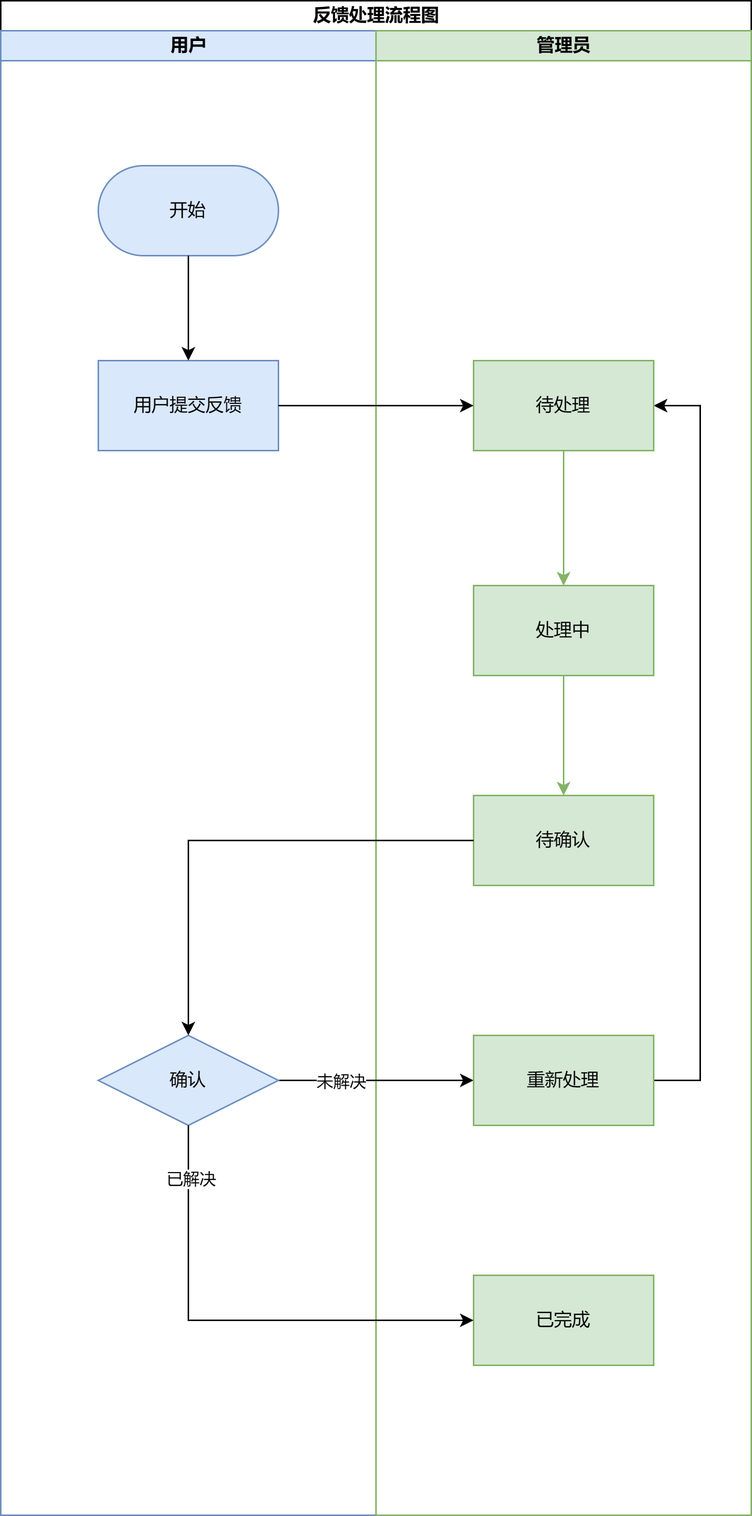
Above: squirrel-feedback/松鼠反馈模块业务流程图.png in lIouis/draw.io (draw.io), before the change. Source tidied: cells renumbered, new cells last; positions are measured from the earlier drawing's top-left corner, leaving out a move shared by most shapes. Its diagram source:
```xml
<mxGraphModel>
  <root>
    <mxCell id="0" />
    <mxCell id="1" parent="0" />
    <mxCell id="2" value="反馈处理流程图" style="swimlane;startSize=20;html=1;" parent="1" vertex="1">
      <mxGeometry width="500" height="1010" as="geometry" />
    </mxCell>
    <mxCell id="3" value="用户" style="swimlane;startSize=20;html=1;fillColor=#dae8fc;strokeColor=#6c8ebf;" parent="2" vertex="1">
      <mxGeometry y="20" width="250" height="990" as="geometry" />
    </mxCell>
    <mxCell id="4" value="开始" style="rounded=1;whiteSpace=wrap;html=1;arcSize=50;flipV=0;flipH=1;fillColor=#dae8fc;strokeColor=#6c8ebf;" parent="3" vertex="1">
      <mxGeometry x="65" y="90" width="120" height="60" as="geometry" />
    </mxCell>
    <mxCell id="5" value="管理员" style="swimlane;startSize=20;html=1;fillColor=#d5e8d4;strokeColor=#82b366;" parent="2" vertex="1">
      <mxGeometry x="250" y="20" width="250" height="990" as="geometry" />
    </mxCell>
    <mxCell id="6" style="edgeStyle=orthogonalEdgeStyle;rounded=0;jettySize=auto;html=1;fillColor=#d5e8d4;strokeColor=#82b366;" parent="5" edge="1" source="20" target="8">
      <mxGeometry relative="1" as="geometry" />
    </mxCell>
    <mxCell id="7" style="edgeStyle=orthogonalEdgeStyle;rounded=0;jettySize=auto;html=1;fillColor=#d5e8d4;strokeColor=#82b366;" parent="5" edge="1" source="8" target="9">
      <mxGeometry relative="1" as="geometry" />
    </mxCell>
    <mxCell id="8" value="处理中" style="whiteSpace=wrap;html=1;rounded=0;flipV=0;flipH=1;fillColor=#d5e8d4;strokeColor=#82b366;" parent="5" vertex="1">
      <mxGeometry x="65" y="370" width="120" height="60" as="geometry" />
    </mxCell>
    <mxCell id="9" value="待确认" style="whiteSpace=wrap;html=1;rounded=0;flipV=0;flipH=1;fillColor=#d5e8d4;strokeColor=#82b366;" parent="5" vertex="1">
      <mxGeometry x="65" y="510" width="120" height="60" as="geometry" />
    </mxCell>
    <mxCell id="10" value="已完成" style="rounded=0;whiteSpace=wrap;html=1;flipV=0;flipH=1;fillColor=#d5e8d4;strokeColor=#82b366;" parent="5" vertex="1">
      <mxGeometry x="65" y="830" width="120" height="60" as="geometry" />
    </mxCell>
    <mxCell id="11" style="edgeStyle=orthogonalEdgeStyle;rounded=0;jettySize=auto;html=1;" parent="5" edge="1" source="13" target="17">
      <mxGeometry relative="1" as="geometry" />
    </mxCell>
    <mxCell id="12" value="未解决" style="edgeLabel;html=1;align=center;verticalAlign=middle;" parent="11" vertex="1">
      <mxGeometry x="-0.27" y="1" relative="1" as="geometry">
        <mxPoint x="-7" y="1" as="offset" />
      </mxGeometry>
    </mxCell>
    <mxCell id="13" value="确认" style="whiteSpace=wrap;html=1;rounded=0;shape=rhombus;perimeter=rhombusPerimeter;flipV=0;flipH=1;fillColor=#dae8fc;strokeColor=#6c8ebf;" parent="5" vertex="1">
      <mxGeometry x="-185" y="670" width="120" height="60" as="geometry" />
    </mxCell>
    <mxCell id="14" style="edgeStyle=orthogonalEdgeStyle;rounded=0;jettySize=auto;html=1;exitX=0.5;exitY=1;exitDx=0;exitDy=0;entryX=0;entryY=0.5;entryDx=0;entryDy=0;" parent="5" edge="1" source="13" target="10">
      <mxGeometry relative="1" as="geometry" />
    </mxCell>
    <mxCell id="15" value="已解决" style="edgeLabel;html=1;align=center;verticalAlign=middle;" parent="14" vertex="1">
      <mxGeometry x="-0.78" y="1" relative="1" as="geometry" />
    </mxCell>
    <mxCell id="16" style="edgeStyle=orthogonalEdgeStyle;rounded=0;jettySize=auto;html=1;exitX=1;exitY=0.5;exitDx=0;exitDy=0;entryX=1;entryY=0.5;entryDx=0;entryDy=0;" parent="5" edge="1" source="17" target="20">
      <mxGeometry relative="1" as="geometry">
        <Array as="points">
          <mxPoint x="216" y="700" />
          <mxPoint x="216" y="250" />
        </Array>
      </mxGeometry>
    </mxCell>
    <mxCell id="17" value="重新处理" style="rounded=0;whiteSpace=wrap;html=1;flipV=0;flipH=1;fillColor=#d5e8d4;strokeColor=#82b366;" parent="5" vertex="1">
      <mxGeometry x="65" y="670" width="120" height="60" as="geometry" />
    </mxCell>
    <mxCell id="18" style="edgeStyle=orthogonalEdgeStyle;rounded=0;jettySize=auto;html=1;" parent="5" edge="1" source="9" target="13">
      <mxGeometry relative="1" as="geometry" />
    </mxCell>
    <mxCell id="19" value="用户提交反馈" style="rounded=0;whiteSpace=wrap;html=1;flipV=0;flipH=1;fillColor=#dae8fc;strokeColor=#6c8ebf;" parent="5" vertex="1">
      <mxGeometry x="-185" y="220" width="120" height="60" as="geometry" />
    </mxCell>
    <mxCell id="20" value="待处理" style="rounded=0;whiteSpace=wrap;html=1;flipV=0;flipH=1;fillColor=#d5e8d4;strokeColor=#82b366;" parent="5" vertex="1">
      <mxGeometry x="65" y="220" width="120" height="60" as="geometry" />
    </mxCell>
    <mxCell id="21" style="edgeStyle=orthogonalEdgeStyle;rounded=0;jettySize=auto;html=1;" parent="5" edge="1" source="19" target="20">
      <mxGeometry relative="1" as="geometry" />
    </mxCell>
    <mxCell id="22" style="edgeStyle=orthogonalEdgeStyle;rounded=0;jettySize=auto;html=1;" parent="2" edge="1" source="4" target="19">
      <mxGeometry relative="1" as="geometry" />
    </mxCell>
  </root>
</mxGraphModel>
```
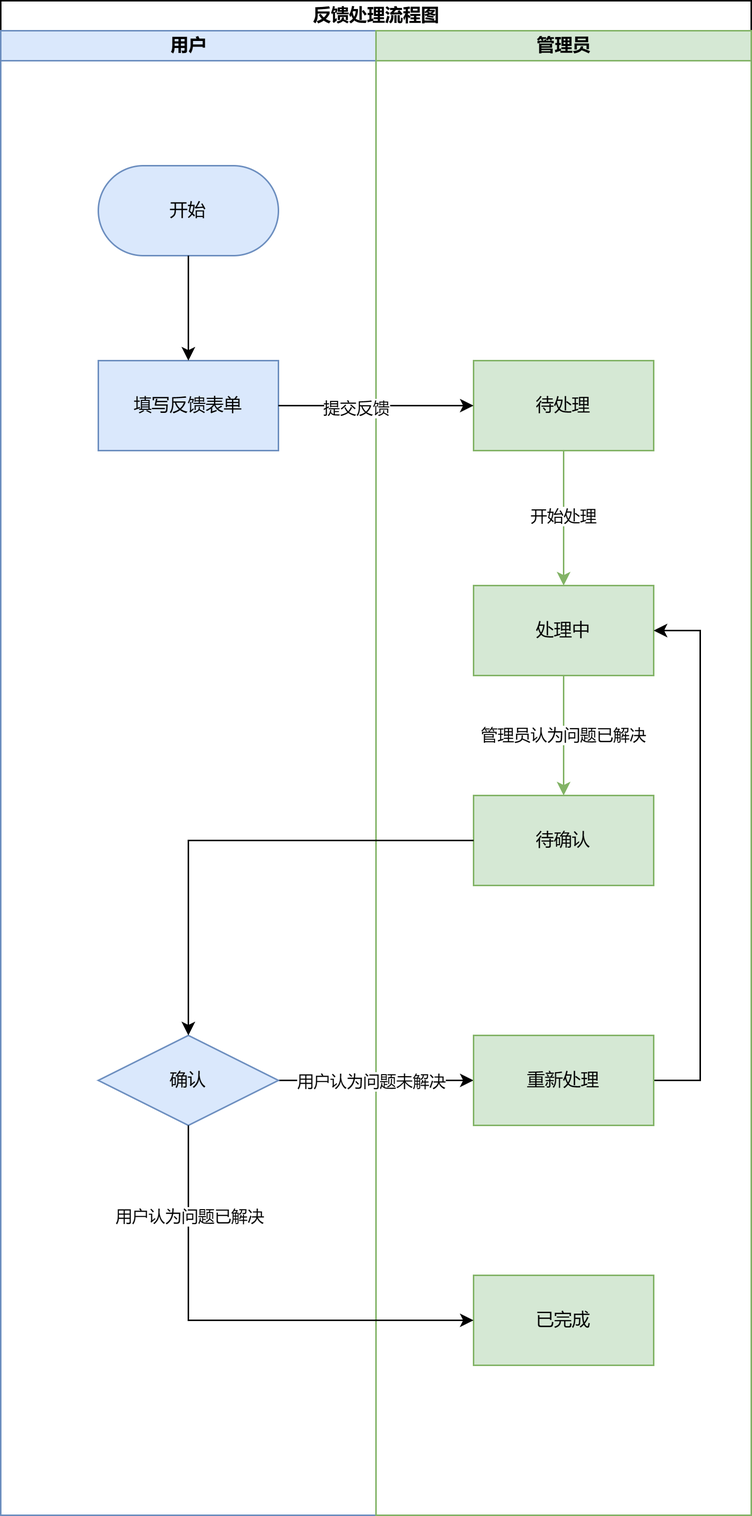
Later version of the same file.

Commit message:
已添加 松鼠反馈模块业务流程图.png

Diff of the diagram source:
```diff
@@ -17,9 +17,15 @@
     <mxCell id="6" style="edgeStyle=orthogonalEdgeStyle;rounded=0;jettySize=auto;html=1;fillColor=#d5e8d4;strokeColor=#82b366;" parent="5" edge="1" source="20" target="8">
       <mxGeometry relative="1" as="geometry" />
     </mxCell>
+    <mxCell id="23" value="开始处理" style="edgeLabel;html=1;align=center;verticalAlign=middle;" parent="6" vertex="1">
+      <mxGeometry x="-0.04" y="-1" relative="1" as="geometry" />
+    </mxCell>
     <mxCell id="7" style="edgeStyle=orthogonalEdgeStyle;rounded=0;jettySize=auto;html=1;fillColor=#d5e8d4;strokeColor=#82b366;" parent="5" edge="1" source="8" target="9">
       <mxGeometry relative="1" as="geometry" />
     </mxCell>
+    <mxCell id="24" value="管理员认为问题已解决" style="edgeLabel;html=1;align=center;verticalAlign=middle;" parent="7" vertex="1">
+      <mxGeometry x="-0.03" y="-1" relative="1" as="geometry" />
+    </mxCell>
     <mxCell id="8" value="处理中" style="whiteSpace=wrap;html=1;rounded=0;flipV=0;flipH=1;fillColor=#d5e8d4;strokeColor=#82b366;" parent="5" vertex="1">
       <mxGeometry x="65" y="370" width="120" height="60" as="geometry" />
     </mxCell>
@@ -32,45 +38,50 @@
     <mxCell id="11" style="edgeStyle=orthogonalEdgeStyle;rounded=0;jettySize=auto;html=1;" parent="5" edge="1" source="13" target="17">
       <mxGeometry relative="1" as="geometry" />
     </mxCell>
-    <mxCell id="12" value="未解决" style="edgeLabel;html=1;align=center;verticalAlign=middle;" parent="11" vertex="1">
-      <mxGeometry x="-0.27" y="1" relative="1" as="geometry">
-        <mxPoint x="-7" y="1" as="offset" />
-      </mxGeometry>
-    </mxCell>
+    <mxCell id="25" value="用户认为问题未解决" style="edgeLabel;html=1;align=center;verticalAlign=middle;" parent="11" vertex="1">
+      <mxGeometry x="-0.27" y="1" relative="1" as="geometry">
+        <mxPoint x="13" y="1" as="offset" />
+      </mxGeometry>
+    </mxCell>
     <mxCell id="13" value="确认" style="whiteSpace=wrap;html=1;rounded=0;shape=rhombus;perimeter=rhombusPerimeter;flipV=0;flipH=1;fillColor=#dae8fc;strokeColor=#6c8ebf;" parent="5" vertex="1">
       <mxGeometry x="-185" y="670" width="120" height="60" as="geometry" />
     </mxCell>
     <mxCell id="14" style="edgeStyle=orthogonalEdgeStyle;rounded=0;jettySize=auto;html=1;exitX=0.5;exitY=1;exitDx=0;exitDy=0;entryX=0;entryY=0.5;entryDx=0;entryDy=0;" parent="5" edge="1" source="13" target="10">
       <mxGeometry relative="1" as="geometry" />
     </mxCell>
-    <mxCell id="15" value="已解决" style="edgeLabel;html=1;align=center;verticalAlign=middle;" parent="14" vertex="1">
-      <mxGeometry x="-0.78" y="1" relative="1" as="geometry" />
-    </mxCell>
-    <mxCell id="16" style="edgeStyle=orthogonalEdgeStyle;rounded=0;jettySize=auto;html=1;exitX=1;exitY=0.5;exitDx=0;exitDy=0;entryX=1;entryY=0.5;entryDx=0;entryDy=0;" parent="5" edge="1" source="17" target="20">
-      <mxGeometry relative="1" as="geometry">
-        <Array as="points">
-          <mxPoint x="216" y="700" />
-          <mxPoint x="216" y="250" />
-        </Array>
-      </mxGeometry>
-    </mxCell>
+    <mxCell id="26" value="用户认为问题已解决" style="edgeLabel;html=1;align=center;verticalAlign=middle;" parent="14" vertex="1">
+      <mxGeometry x="-0.78" y="1" relative="1" as="geometry">
+        <mxPoint x="-1" y="25" as="offset" />
+      </mxGeometry>
+    </mxCell>
+    <mxCell id="27" style="edgeStyle=orthogonalEdgeStyle;rounded=0;jettySize=auto;html=1;exitX=1;exitY=0.5;exitDx=0;exitDy=0;entryX=1;entryY=0.5;entryDx=0;entryDy=0;" parent="5" edge="1" source="17" target="8">
+      <mxGeometry relative="1" as="geometry">
+        <Array as="points">
+          <mxPoint x="216" y="700" />
+          <mxPoint x="216" y="400" />
+        </Array>
+      </mxGeometry>
+    </mxCell>
     <mxCell id="17" value="重新处理" style="rounded=0;whiteSpace=wrap;html=1;flipV=0;flipH=1;fillColor=#d5e8d4;strokeColor=#82b366;" parent="5" vertex="1">
       <mxGeometry x="65" y="670" width="120" height="60" as="geometry" />
     </mxCell>
     <mxCell id="18" style="edgeStyle=orthogonalEdgeStyle;rounded=0;jettySize=auto;html=1;" parent="5" edge="1" source="9" target="13">
       <mxGeometry relative="1" as="geometry" />
     </mxCell>
-    <mxCell id="19" value="用户提交反馈" style="rounded=0;whiteSpace=wrap;html=1;flipV=0;flipH=1;fillColor=#dae8fc;strokeColor=#6c8ebf;" parent="5" vertex="1">
-      <mxGeometry x="-185" y="220" width="120" height="60" as="geometry" />
-    </mxCell>
+    <mxCell id="28" value="填写反馈表单" style="rounded=0;whiteSpace=wrap;html=1;flipV=0;flipH=1;fillColor=#dae8fc;strokeColor=#6c8ebf;" parent="5" vertex="1">
+      <mxGeometry x="-185" y="220" width="120" height="60" as="geometry" />
+    </mxCell>
     <mxCell id="20" value="待处理" style="rounded=0;whiteSpace=wrap;html=1;flipV=0;flipH=1;fillColor=#d5e8d4;strokeColor=#82b366;" parent="5" vertex="1">
       <mxGeometry x="65" y="220" width="120" height="60" as="geometry" />
     </mxCell>
-    <mxCell id="21" style="edgeStyle=orthogonalEdgeStyle;rounded=0;jettySize=auto;html=1;" parent="5" edge="1" source="19" target="20">
-      <mxGeometry relative="1" as="geometry" />
-    </mxCell>
-    <mxCell id="22" style="edgeStyle=orthogonalEdgeStyle;rounded=0;jettySize=auto;html=1;" parent="2" edge="1" source="4" target="19">
-      <mxGeometry relative="1" as="geometry" />
-    </mxCell>
+    <mxCell id="29" style="edgeStyle=orthogonalEdgeStyle;rounded=0;jettySize=auto;html=1;" parent="5" edge="1" source="28" target="20">
+      <mxGeometry relative="1" as="geometry" />
+    </mxCell>
+    <mxCell id="30" value="提交反馈" style="edgeLabel;html=1;align=center;verticalAlign=middle;" parent="29" vertex="1">
+      <mxGeometry x="-0.22" y="-1" relative="1" as="geometry" />
+    </mxCell>
+    <mxCell id="31" style="edgeStyle=orthogonalEdgeStyle;rounded=0;jettySize=auto;html=1;" parent="2" edge="1" source="4" target="28">
+      <mxGeometry relative="1" as="geometry" />
+    </mxCell>
   </root>
 </mxGraphModel>
```
